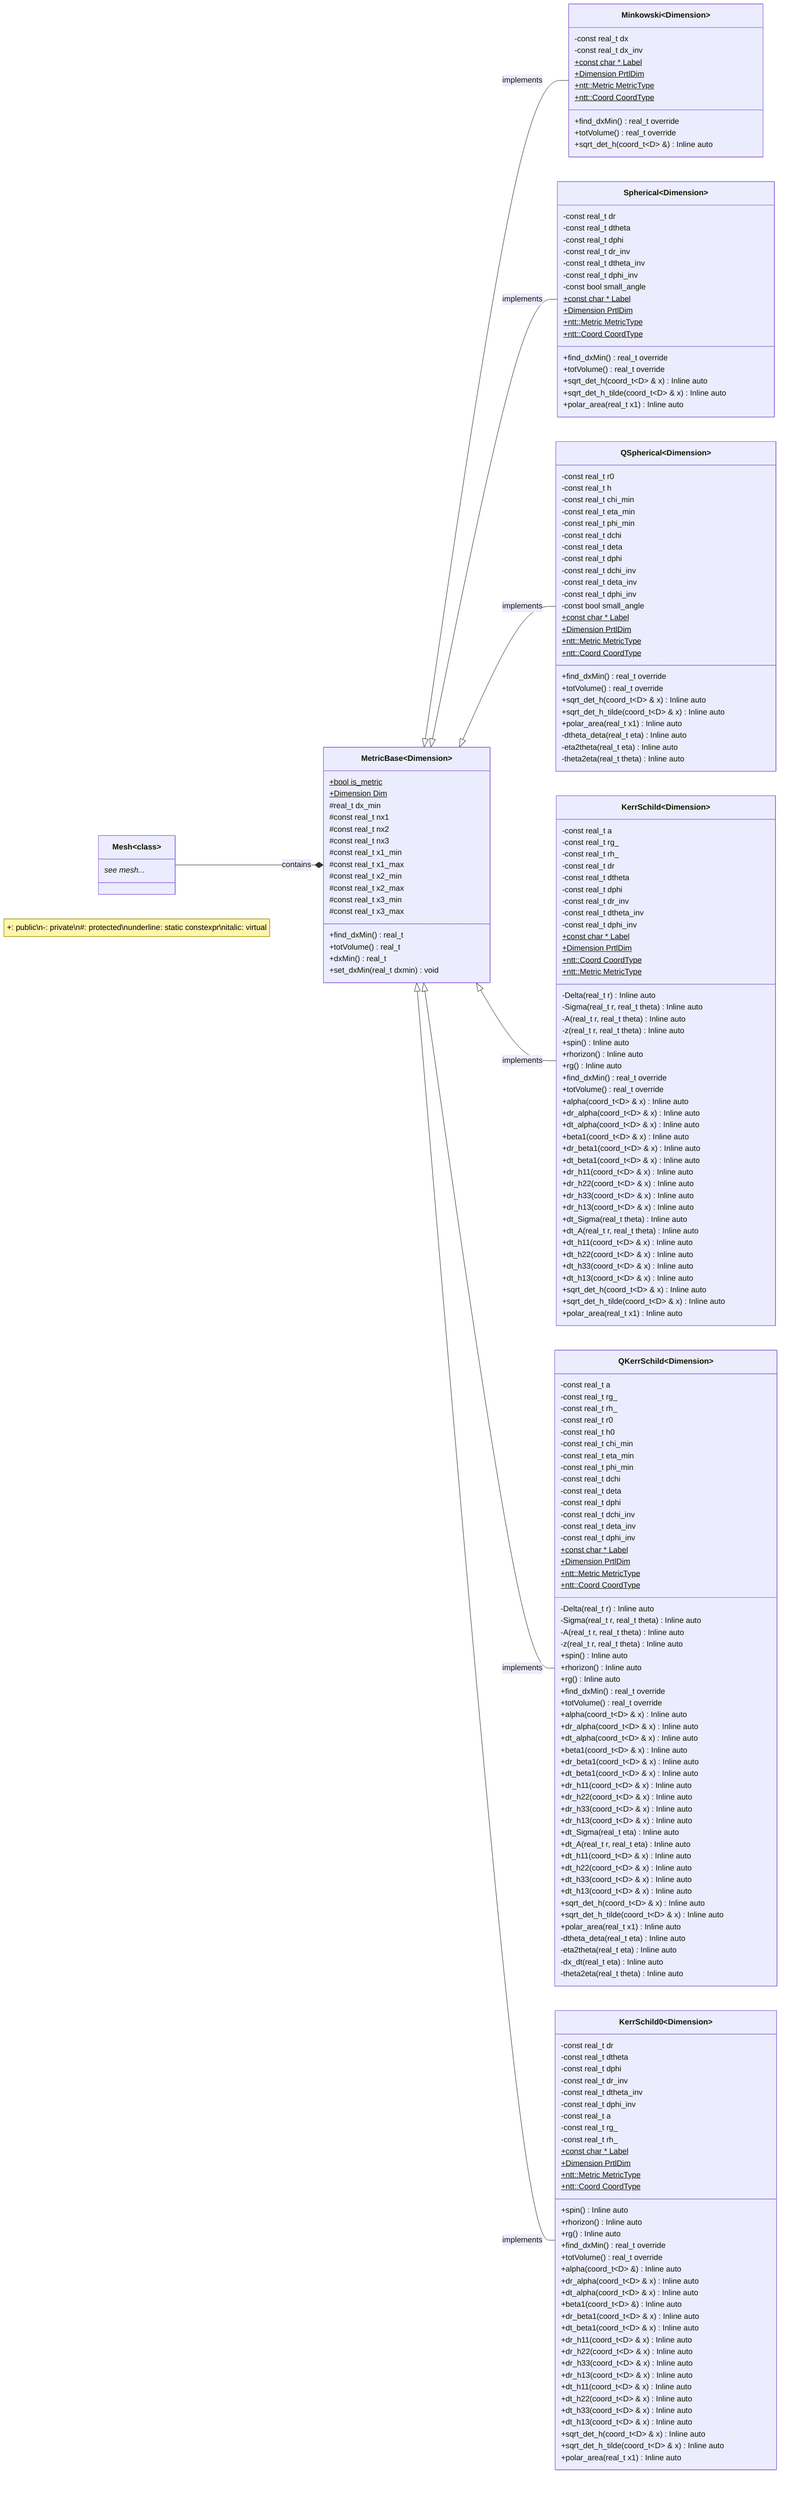
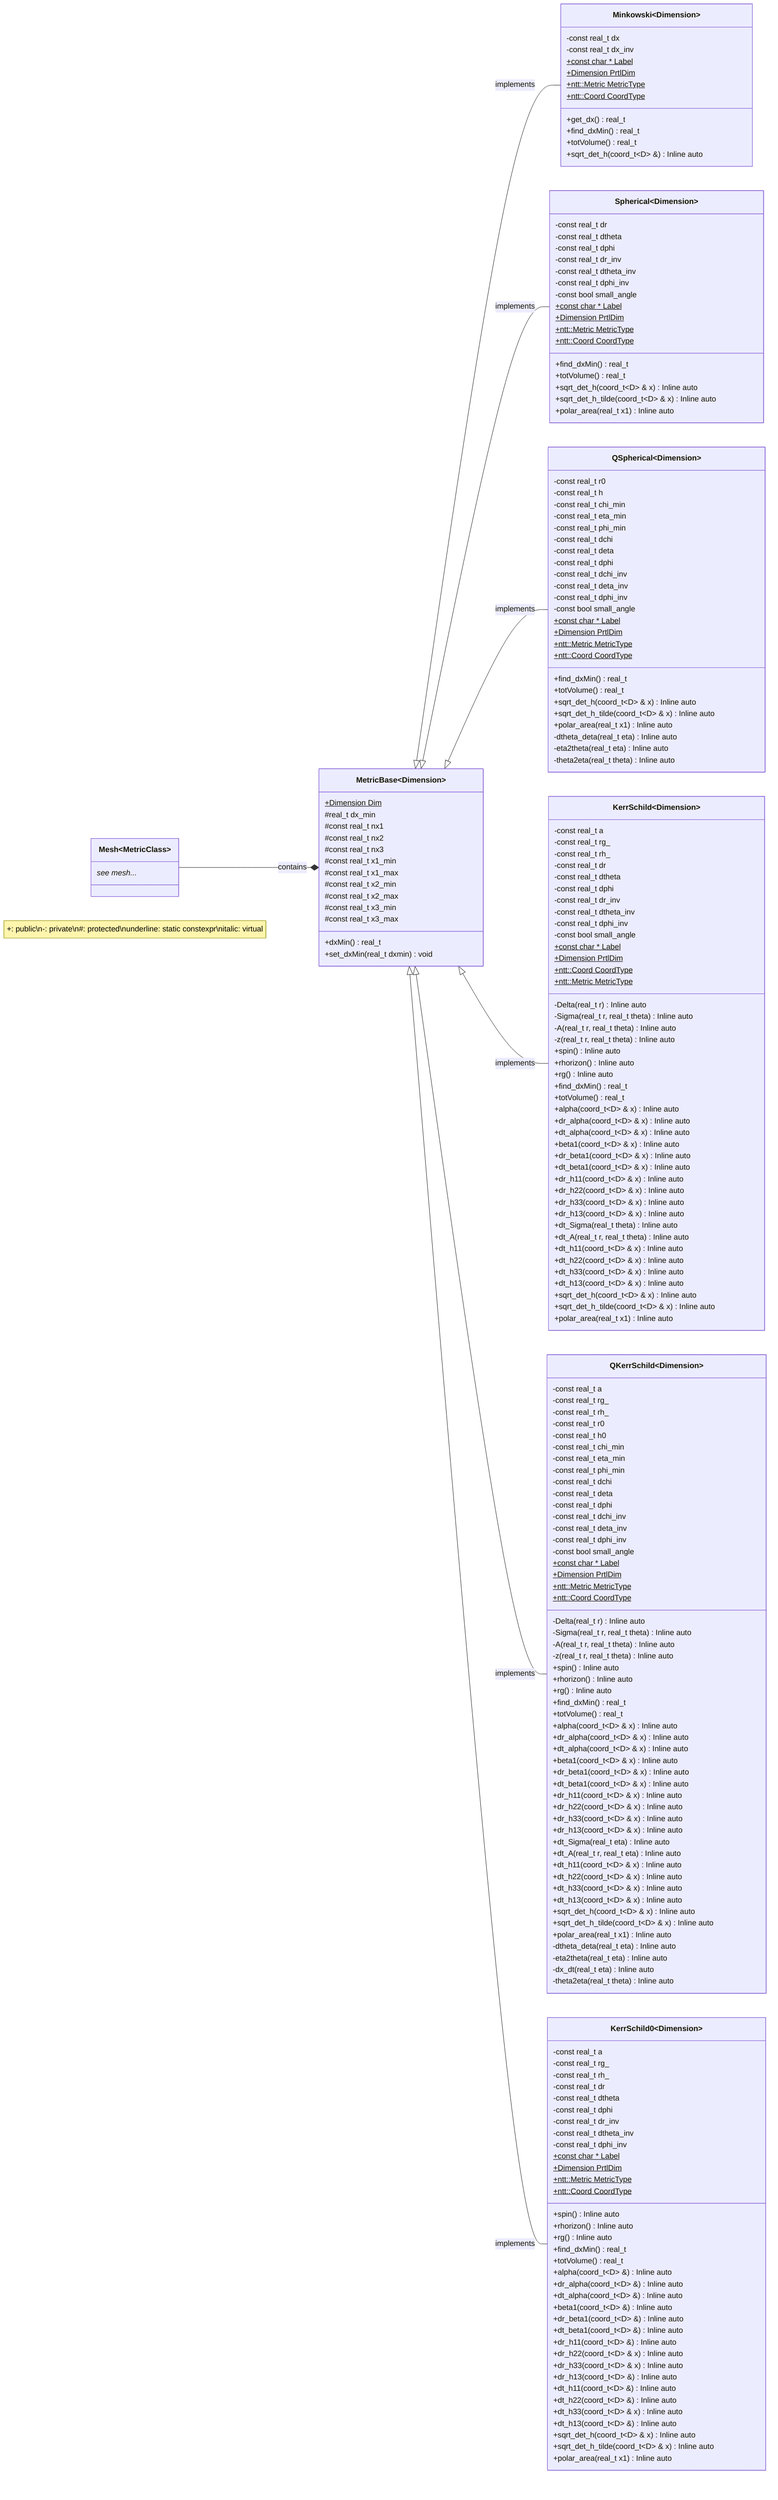
classDiagram
  direction LR
-   class Mesh~class~ {
+   class Mesh~MetricClass~ {
    see mesh...*
  }
  class MetricBase~Dimension~ {
-     +bool is_metric$
    +Dimension Dim$
    #real_t dx_min
    #const real_t nx1
    #const real_t nx2
    #const real_t nx3
    #const real_t x1_min
    #const real_t x1_max
    #const real_t x2_min
    #const real_t x2_max
    #const real_t x3_min
    #const real_t x3_max
-     +find_dxMin() real_t
-     +totVolume() real_t
    +dxMin() real_t
    +set_dxMin(real_t dxmin) void
  }

  class Minkowski~Dimension~ {
    -const real_t dx
    -const real_t dx_inv
-     +const char *       Label$
-     +Dimension PrtlDim$
-     +ntt\:\:Metric MetricType$
-     +ntt\:\:Coord CoordType$
-     +find_dxMin() real_t override
-     +totVolume() real_t override
+     +const char *      Label$
+     +Dimension PrtlDim$
+     +ntt\:\:Metric MetricType$
+     +ntt\:\:Coord CoordType$
+     +get_dx() real_t
+     +find_dxMin() real_t
+     +totVolume() real_t
    +sqrt_det_h(coord_t~D~ &) Inline auto
  }
  class Spherical~Dimension~ {
    -const real_t dr
    -const real_t dtheta
    -const real_t dphi
    -const real_t dr_inv
    -const real_t dtheta_inv
    -const real_t dphi_inv
    -const bool small_angle
-     +const char *       Label$
-     +Dimension PrtlDim$
-     +ntt\:\:Metric MetricType$
-     +ntt\:\:Coord CoordType$
-     +find_dxMin() real_t override
-     +totVolume() real_t override
+     +const char *      Label$
+     +Dimension PrtlDim$
+     +ntt\:\:Metric MetricType$
+     +ntt\:\:Coord CoordType$
+     +find_dxMin() real_t
+     +totVolume() real_t
    +sqrt_det_h(coord_t~D~ & x) Inline auto
    +sqrt_det_h_tilde(coord_t~D~ & x) Inline auto
    +polar_area(real_t x1) Inline auto
  }
  class QSpherical~Dimension~ {
    -const real_t r0
    -const real_t h
    -const real_t chi_min
    -const real_t eta_min
    -const real_t phi_min
    -const real_t dchi
    -const real_t deta
    -const real_t dphi
    -const real_t dchi_inv
    -const real_t deta_inv
    -const real_t dphi_inv
    -const bool small_angle
-     +const char *       Label$
-     +Dimension PrtlDim$
-     +ntt\:\:Metric MetricType$
-     +ntt\:\:Coord CoordType$
-     +find_dxMin() real_t override
-     +totVolume() real_t override
+     +const char * Label$
+     +Dimension PrtlDim$
+     +ntt\:\:Metric MetricType$
+     +ntt\:\:Coord CoordType$
+     +find_dxMin() real_t
+     +totVolume() real_t
    +sqrt_det_h(coord_t~D~ & x) Inline auto
    +sqrt_det_h_tilde(coord_t~D~ & x) Inline auto
    +polar_area(real_t x1) Inline auto
    -dtheta_deta(real_t eta) Inline auto
    -eta2theta(real_t eta) Inline auto
    -theta2eta(real_t theta) Inline auto
  }
  class KerrSchild~Dimension~ {
    -const real_t a
    -const real_t rg_
    -const real_t rh_
    -const real_t dr
    -const real_t dtheta
    -const real_t dphi
    -const real_t dr_inv
    -const real_t dtheta_inv
    -const real_t dphi_inv
-     +const char *       Label$
+     -const bool small_angle
+     +const char *      Label$
    +Dimension PrtlDim$
    +ntt\:\:Coord CoordType$
    +ntt\:\:Metric MetricType$
    -Delta(real_t r) Inline auto
    -Sigma(real_t r, real_t theta) Inline auto
    -A(real_t r, real_t theta) Inline auto
    -z(real_t r, real_t theta) Inline auto
    +spin() Inline auto
    +rhorizon() Inline auto
    +rg() Inline auto
-     +find_dxMin() real_t override
-     +totVolume() real_t override
+     +find_dxMin() real_t
+     +totVolume() real_t
    +alpha(coord_t~D~ & x) Inline auto
    +dr_alpha(coord_t~D~ & x) Inline auto
    +dt_alpha(coord_t~D~ & x) Inline auto
    +beta1(coord_t~D~ & x) Inline auto
    +dr_beta1(coord_t~D~ & x) Inline auto
    +dt_beta1(coord_t~D~ & x) Inline auto
    +dr_h11(coord_t~D~ & x) Inline auto
    +dr_h22(coord_t~D~ & x) Inline auto
    +dr_h33(coord_t~D~ & x) Inline auto
    +dr_h13(coord_t~D~ & x) Inline auto
    +dt_Sigma(real_t theta) Inline auto
    +dt_A(real_t r, real_t theta) Inline auto
    +dt_h11(coord_t~D~ & x) Inline auto
    +dt_h22(coord_t~D~ & x) Inline auto
    +dt_h33(coord_t~D~ & x) Inline auto
    +dt_h13(coord_t~D~ & x) Inline auto
    +sqrt_det_h(coord_t~D~ & x) Inline auto
    +sqrt_det_h_tilde(coord_t~D~ & x) Inline auto
    +polar_area(real_t x1) Inline auto
  }
  class QKerrSchild~Dimension~ {
    -const real_t a
    -const real_t rg_
    -const real_t rh_
    -const real_t r0
    -const real_t h0
    -const real_t chi_min
    -const real_t eta_min
    -const real_t phi_min
    -const real_t dchi
    -const real_t deta
    -const real_t dphi
    -const real_t dchi_inv
    -const real_t deta_inv
    -const real_t dphi_inv
-     +const char *       Label$
+     -const bool small_angle
+     +const char * Label$
    +Dimension PrtlDim$
    +ntt\:\:Metric MetricType$
    +ntt\:\:Coord CoordType$
    -Delta(real_t r) Inline auto
    -Sigma(real_t r, real_t theta) Inline auto
    -A(real_t r, real_t theta) Inline auto
    -z(real_t r, real_t theta) Inline auto
    +spin() Inline auto
    +rhorizon() Inline auto
    +rg() Inline auto
-     +find_dxMin() real_t override
-     +totVolume() real_t override
+     +find_dxMin() real_t
+     +totVolume() real_t
    +alpha(coord_t~D~ & x) Inline auto
    +dr_alpha(coord_t~D~ & x) Inline auto
    +dt_alpha(coord_t~D~ & x) Inline auto
    +beta1(coord_t~D~ & x) Inline auto
    +dr_beta1(coord_t~D~ & x) Inline auto
    +dt_beta1(coord_t~D~ & x) Inline auto
    +dr_h11(coord_t~D~ & x) Inline auto
    +dr_h22(coord_t~D~ & x) Inline auto
    +dr_h33(coord_t~D~ & x) Inline auto
    +dr_h13(coord_t~D~ & x) Inline auto
    +dt_Sigma(real_t eta) Inline auto
    +dt_A(real_t r, real_t eta) Inline auto
    +dt_h11(coord_t~D~ & x) Inline auto
    +dt_h22(coord_t~D~ & x) Inline auto
    +dt_h33(coord_t~D~ & x) Inline auto
    +dt_h13(coord_t~D~ & x) Inline auto
    +sqrt_det_h(coord_t~D~ & x) Inline auto
    +sqrt_det_h_tilde(coord_t~D~ & x) Inline auto
    +polar_area(real_t x1) Inline auto
    -dtheta_deta(real_t eta) Inline auto
    -eta2theta(real_t eta) Inline auto
    -dx_dt(real_t eta) Inline auto
    -theta2eta(real_t theta) Inline auto
  }
  class KerrSchild0~Dimension~ {
-     -const real_t dr
-     -const real_t dtheta
-     -const real_t dphi
-     -const real_t dr_inv
-     -const real_t dtheta_inv
-     -const real_t dphi_inv
    -const real_t a
    -const real_t rg_
    -const real_t rh_
-     +const char * Label$
+     -const real_t dr
+     -const real_t dtheta
+     -const real_t dphi
+     -const real_t dr_inv
+     -const real_t dtheta_inv
+     -const real_t dphi_inv
+     +const char *      Label$
    +Dimension PrtlDim$
    +ntt\:\:Metric MetricType$
    +ntt\:\:Coord CoordType$
    +spin() Inline auto
    +rhorizon() Inline auto
    +rg() Inline auto
-     +find_dxMin() real_t override
-     +totVolume() real_t override
+     +find_dxMin() real_t
+     +totVolume() real_t
    +alpha(coord_t~D~ &) Inline auto
-     +dr_alpha(coord_t~D~ & x) Inline auto
-     +dt_alpha(coord_t~D~ & x) Inline auto
+     +dr_alpha(coord_t~D~ &) Inline auto
+     +dt_alpha(coord_t~D~ &) Inline auto
    +beta1(coord_t~D~ &) Inline auto
-     +dr_beta1(coord_t~D~ & x) Inline auto
-     +dt_beta1(coord_t~D~ & x) Inline auto
-     +dr_h11(coord_t~D~ & x) Inline auto
+     +dr_beta1(coord_t~D~ &) Inline auto
+     +dt_beta1(coord_t~D~ &) Inline auto
+     +dr_h11(coord_t~D~ &) Inline auto
    +dr_h22(coord_t~D~ & x) Inline auto
    +dr_h33(coord_t~D~ & x) Inline auto
-     +dr_h13(coord_t~D~ & x) Inline auto
-     +dt_h11(coord_t~D~ & x) Inline auto
-     +dt_h22(coord_t~D~ & x) Inline auto
+     +dr_h13(coord_t~D~ &) Inline auto
+     +dt_h11(coord_t~D~ &) Inline auto
+     +dt_h22(coord_t~D~ &) Inline auto
    +dt_h33(coord_t~D~ & x) Inline auto
-     +dt_h13(coord_t~D~ & x) Inline auto
+     +dt_h13(coord_t~D~ &) Inline auto
    +sqrt_det_h(coord_t~D~ & x) Inline auto
    +sqrt_det_h_tilde(coord_t~D~ & x) Inline auto
    +polar_area(real_t x1) Inline auto
  }

  MetricBase <|-- Minkowski : implements
  MetricBase <|-- Spherical : implements
  MetricBase <|-- QSpherical : implements
  MetricBase <|-- KerrSchild : implements
  MetricBase <|-- QKerrSchild : implements
  MetricBase <|-- KerrSchild0 : implements
  Mesh --* MetricBase : contains

  note "+: public\n-: private\n#: protected\nunderline: static constexpr\nitalic: virtual"
